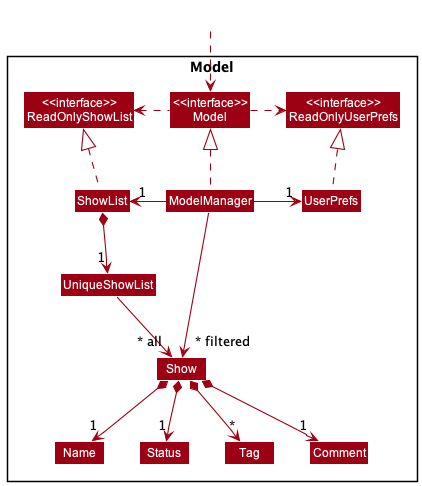
The PlantUML diagram docs/images/ModelClassDiagram.png in nus-cs2103-AY2122S2/tp, before a commit.
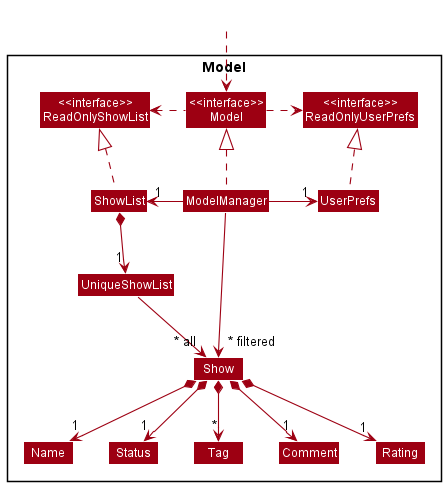
After the commit.

Commit message:
Uodate DG to contain rating

Change to the diagram source:
```diff
@@ -18,6 +18,7 @@
 Class Name
 Class Tag
 Class Comment
+Class Rating
 
 }
 
@@ -37,6 +38,7 @@
 UniqueShowList --> "~* all" Show
 Show *--> "1" Name
 Show *--> "1" Status
+Show *--> "1" Rating
 Show *--> "1" Comment
 Show *--> "*" Tag
 
```
